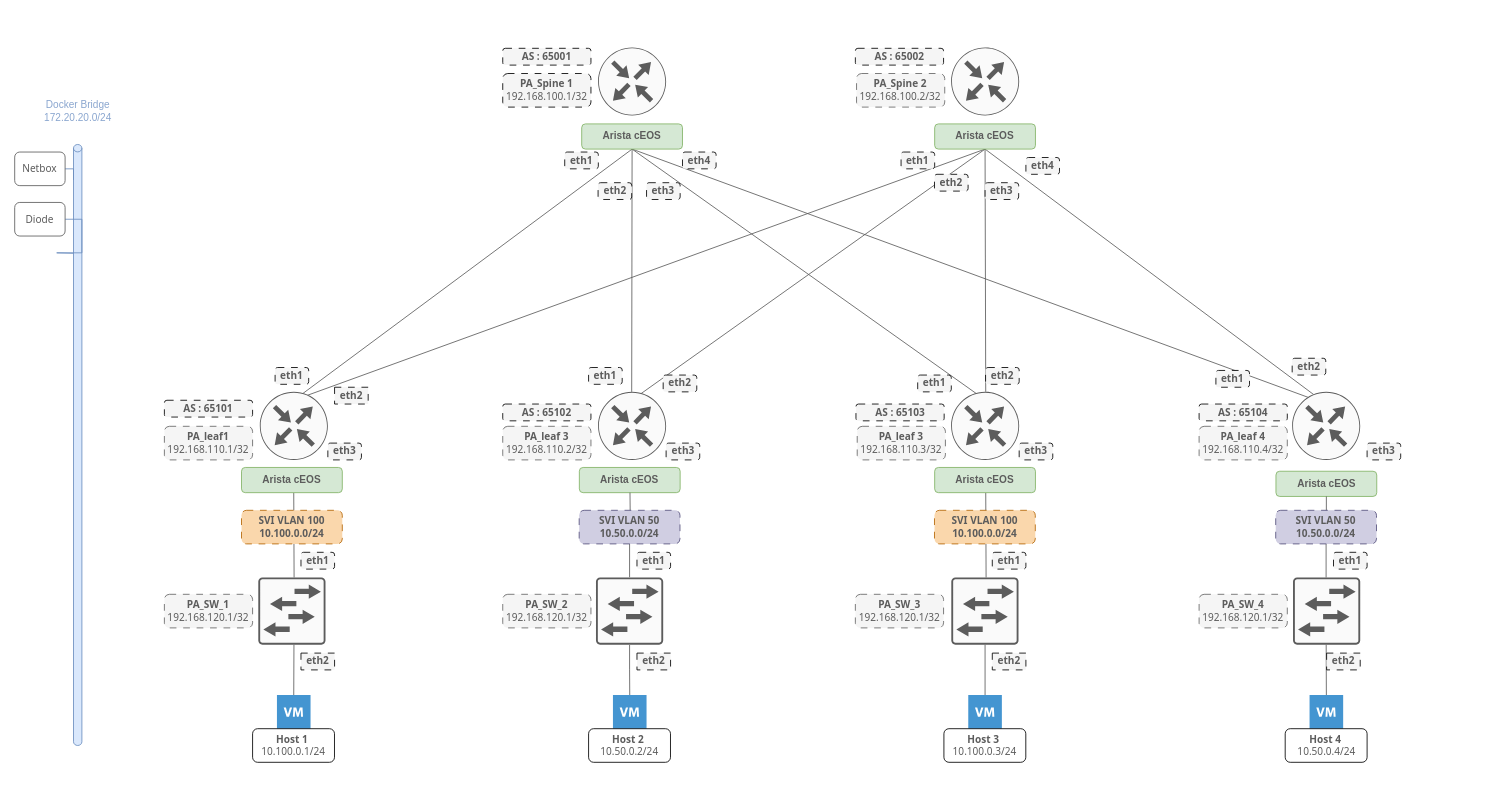
Before: documentation/assets/images/diagrams/VXLAN.drawio in MasqAs/projet-vxlan-automation, a draw.io diagram. Source tidied: cells renumbered, new cells numbered last; positions are measured from the earlier drawing's top-left corner, leaving out a move shared by most shapes. Both pictures are drawn from the tidied source at 84%, with x=0, y=0 at pixel (14, 47).
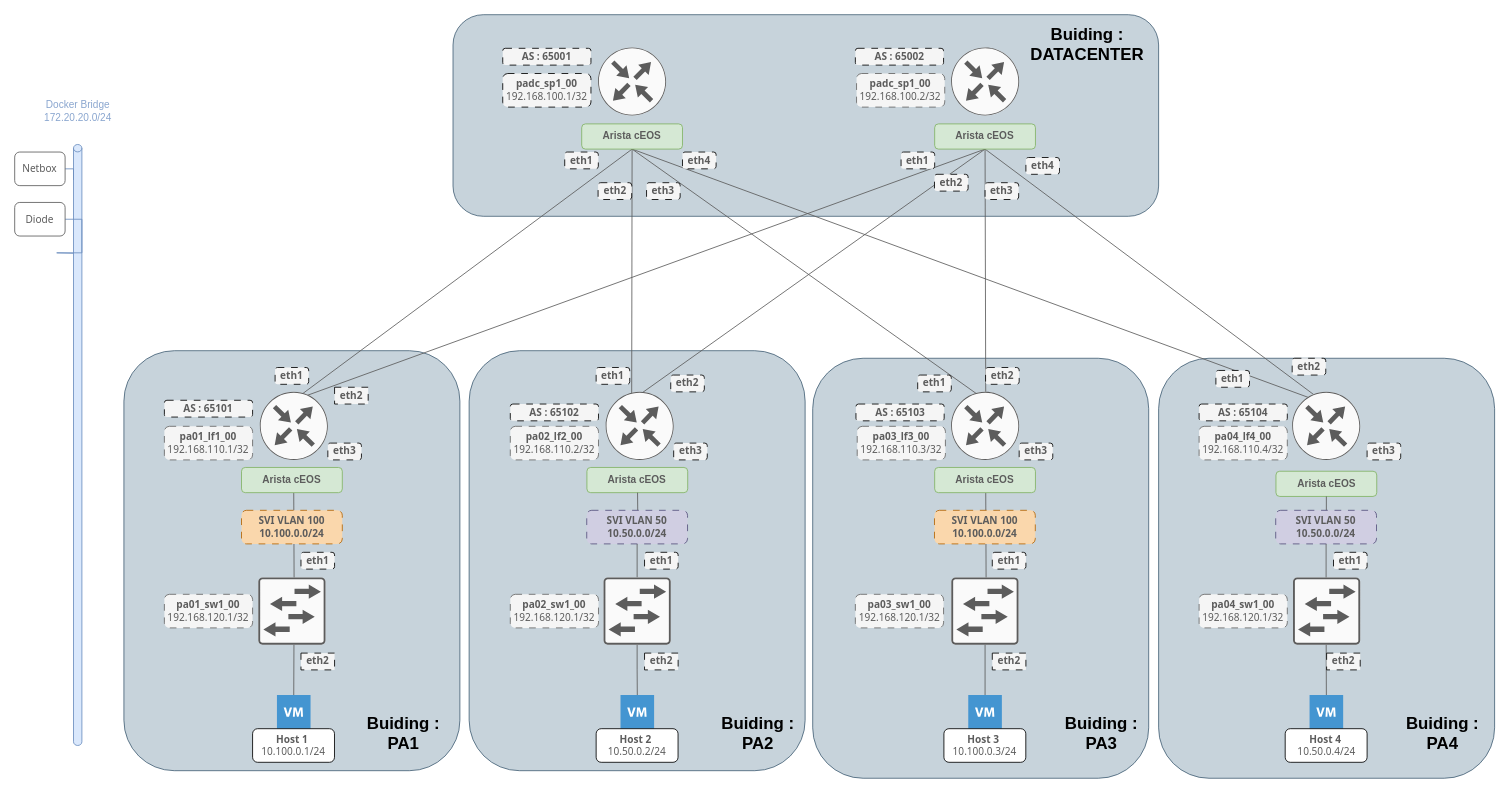
The same diagram, later.

Commit message (it also covers changes not shown here):
Review naming convention

What changed in the source:
```diff
@@
+    <mxCell id="94" style="rounded=1;whiteSpace=wrap;html=1;fillColor=#bac8d3;strokeColor=#23445d;opacity=80;" parent="1" vertex="1">
+      <mxGeometry x="521.8" y="-39" width="840" height="240" as="geometry" />
+    </mxCell>
+    <mxCell id="95" style="rounded=1;whiteSpace=wrap;html=1;fillColor=#bac8d3;strokeColor=#23445d;opacity=80;" parent="1" vertex="1">
+      <mxGeometry x="541" y="361" width="400" height="500" as="geometry" />
+    </mxCell>
+    <mxCell id="96" style="rounded=1;whiteSpace=wrap;html=1;fillColor=#bac8d3;strokeColor=#23445d;opacity=80;" parent="1" vertex="1">
+      <mxGeometry x="1361.8" y="370" width="400" height="500" as="geometry" />
+    </mxCell>
+    <mxCell id="97" style="rounded=1;whiteSpace=wrap;html=1;fillColor=#bac8d3;strokeColor=#23445d;opacity=80;" parent="1" vertex="1">
+      <mxGeometry x="950" y="370" width="400" height="500" as="geometry" />
+    </mxCell>
+    <mxCell id="98" style="rounded=1;whiteSpace=wrap;html=1;fillColor=#bac8d3;strokeColor=#23445d;opacity=80;" parent="1" vertex="1">
+      <mxGeometry x="130" y="361" width="400" height="500" as="geometry" />
+    </mxCell>
@@
-    <mxCell id="19" value="&lt;div style=&quot;&quot;&gt;&lt;b style=&quot;color: rgb(92, 92, 92); font-family: Tahoma; background-color: initial;&quot;&gt;PA_Spine 1&lt;/b&gt;&lt;/div&gt;&lt;font color=&quot;#5c5c5c&quot; face=&quot;Tahoma&quot;&gt;&lt;div style=&quot;&quot;&gt;&lt;span style=&quot;background-color: initial;&quot;&gt;192.168.100.1/32&lt;/span&gt;&lt;/div&gt;&lt;/font&gt;" style="rounded=1;whiteSpace=wrap;html=1;align=center;fillColor=#f5f5f5;fontColor=#333333;strokeColor=default;dashed=1;dashPattern=8 8;" parent="1" vertex="1">
+    <mxCell id="19" value="&lt;div style=&quot;&quot;&gt;&lt;b style=&quot;color: rgb(92, 92, 92); font-family: Tahoma; background-color: initial;&quot;&gt;padc_sp1_00&lt;/b&gt;&lt;/div&gt;&lt;font color=&quot;#5c5c5c&quot; face=&quot;Tahoma&quot;&gt;&lt;div style=&quot;&quot;&gt;&lt;span style=&quot;background-color: initial;&quot;&gt;192.168.100.1/32&lt;/span&gt;&lt;/div&gt;&lt;/font&gt;" style="rounded=1;whiteSpace=wrap;html=1;align=center;fillColor=#f5f5f5;fontColor=#333333;strokeColor=default;dashed=1;dashPattern=8 8;" parent="1" vertex="1">
       <mxGeometry x="581" y="31" width="105" height="40" as="geometry" />
     </mxCell>
-    <mxCell id="20" value="&lt;div style=&quot;&quot;&gt;&lt;b style=&quot;color: rgb(92, 92, 92); font-family: Tahoma; background-color: initial;&quot;&gt;PA_leaf1&lt;/b&gt;&lt;/div&gt;&lt;font color=&quot;#5c5c5c&quot; face=&quot;Tahoma&quot;&gt;&lt;div style=&quot;&quot;&gt;&lt;span style=&quot;background-color: initial;&quot;&gt;192.168.110.1/32&lt;/span&gt;&lt;/div&gt;&lt;/font&gt;" style="rounded=1;whiteSpace=wrap;html=1;align=center;fillColor=#f5f5f5;fontColor=#333333;strokeColor=#666666;dashed=1;dashPattern=8 8;" parent="1" vertex="1">
+    <mxCell id="20" value="&lt;div style=&quot;&quot;&gt;&lt;b style=&quot;color: rgb(92, 92, 92); font-family: Tahoma; background-color: initial;&quot;&gt;pa01_lf1_00&lt;/b&gt;&lt;/div&gt;&lt;font color=&quot;#5c5c5c&quot; face=&quot;Tahoma&quot;&gt;&lt;div style=&quot;&quot;&gt;&lt;span style=&quot;background-color: initial;&quot;&gt;192.168.110.1/32&lt;/span&gt;&lt;/div&gt;&lt;/font&gt;" style="rounded=1;whiteSpace=wrap;html=1;align=center;fillColor=#f5f5f5;fontColor=#333333;strokeColor=#666666;dashed=1;dashPattern=8 8;" parent="1" vertex="1">
       <mxGeometry x="178.2" y="451" width="105" height="40" as="geometry" />
     </mxCell>
     <mxCell id="21" style="shadow=0;dashed=0;html=1;strokeColor=none;fillColor=#4495D1;labelPosition=center;verticalLabelPosition=bottom;verticalAlign=top;align=center;outlineConnect=0;shape=mxgraph.veeam.2d.virtual_machine;" parent="1" vertex="1">
-      <mxGeometry x="712.2" y="771" width="40" height="40" as="geometry" />
+      <mxGeometry x="721.2" y="771" width="40" height="40" as="geometry" />
     </mxCell>
@@
     <mxCell id="25" value="&lt;div style=&quot;&quot;&gt;&lt;font face=&quot;Tahoma&quot; color=&quot;#5c5c5c&quot;&gt;&lt;b&gt;Host 2&amp;nbsp;&lt;/b&gt;&lt;/font&gt;&lt;/div&gt;&lt;div style=&quot;&quot;&gt;&lt;font face=&quot;Tahoma&quot; color=&quot;#5c5c5c&quot;&gt;10.50.0.2/24&lt;/font&gt;&lt;/div&gt;" style="rounded=1;whiteSpace=wrap;html=1;align=center;" parent="1" vertex="1">
-      <mxGeometry x="683.2" y="811" width="97.5" height="40" as="geometry" />
+      <mxGeometry x="692.2" y="811" width="97.5" height="40" as="geometry" />
     </mxCell>
@@
-    <mxCell id="34" value="&lt;div style=&quot;&quot;&gt;&lt;b style=&quot;color: rgb(92, 92, 92); font-family: Tahoma; background-color: initial;&quot;&gt;PA_Spine 2&lt;/b&gt;&lt;/div&gt;&lt;font color=&quot;#5c5c5c&quot; face=&quot;Tahoma&quot;&gt;&lt;div style=&quot;&quot;&gt;&lt;span style=&quot;background-color: initial;&quot;&gt;192.168.100.2/32&lt;/span&gt;&lt;/div&gt;&lt;/font&gt;" style="rounded=1;whiteSpace=wrap;html=1;align=center;fillColor=#f5f5f5;fontColor=#333333;strokeColor=#666666;dashed=1;dashPattern=8 8;" parent="1" vertex="1">
+    <mxCell id="34" value="&lt;div style=&quot;&quot;&gt;&lt;b style=&quot;color: rgb(92, 92, 92); font-family: Tahoma; background-color: initial;&quot;&gt;padc_sp1_00&lt;/b&gt;&lt;/div&gt;&lt;font color=&quot;#5c5c5c&quot; face=&quot;Tahoma&quot;&gt;&lt;div style=&quot;&quot;&gt;&lt;span style=&quot;background-color: initial;&quot;&gt;192.168.100.2/32&lt;/span&gt;&lt;/div&gt;&lt;/font&gt;" style="rounded=1;whiteSpace=wrap;html=1;align=center;fillColor=#f5f5f5;fontColor=#333333;strokeColor=#666666;dashed=1;dashPattern=8 8;" parent="1" vertex="1">
       <mxGeometry x="1002.2" y="31" width="105" height="40" as="geometry" />
     </mxCell>
-    <mxCell id="35" value="&lt;div style=&quot;&quot;&gt;&lt;b style=&quot;color: rgb(92, 92, 92); font-family: Tahoma; background-color: initial;&quot;&gt;PA_leaf 3&lt;/b&gt;&lt;/div&gt;&lt;font color=&quot;#5c5c5c&quot; face=&quot;Tahoma&quot;&gt;&lt;div style=&quot;&quot;&gt;&lt;span style=&quot;background-color: initial;&quot;&gt;192.168.110.2/32&lt;/span&gt;&lt;/div&gt;&lt;/font&gt;" style="rounded=1;whiteSpace=wrap;html=1;align=center;fillColor=#f5f5f5;fontColor=#333333;strokeColor=#666666;dashed=1;dashPattern=8 8;" parent="1" vertex="1">
-      <mxGeometry x="581" y="451" width="105" height="40" as="geometry" />
+    <mxCell id="35" value="&lt;div style=&quot;&quot;&gt;&lt;b style=&quot;color: rgb(92, 92, 92); font-family: Tahoma; background-color: initial;&quot;&gt;pa02_lf2_00&lt;/b&gt;&lt;/div&gt;&lt;font color=&quot;#5c5c5c&quot; face=&quot;Tahoma&quot;&gt;&lt;div style=&quot;&quot;&gt;&lt;span style=&quot;background-color: initial;&quot;&gt;192.168.110.2/32&lt;/span&gt;&lt;/div&gt;&lt;/font&gt;" style="rounded=1;whiteSpace=wrap;html=1;align=center;fillColor=#f5f5f5;fontColor=#333333;strokeColor=#666666;dashed=1;dashPattern=8 8;" parent="1" vertex="1">
+      <mxGeometry x="590" y="451" width="105" height="40" as="geometry" />
     </mxCell>
-    <mxCell id="36" value="&lt;div style=&quot;&quot;&gt;&lt;b style=&quot;color: rgb(92, 92, 92); font-family: Tahoma; background-color: initial;&quot;&gt;PA_leaf 3&lt;/b&gt;&lt;/div&gt;&lt;font color=&quot;#5c5c5c&quot; face=&quot;Tahoma&quot;&gt;&lt;div style=&quot;&quot;&gt;&lt;span style=&quot;background-color: initial;&quot;&gt;192.168.110.3/32&lt;/span&gt;&lt;/div&gt;&lt;/font&gt;" style="rounded=1;whiteSpace=wrap;html=1;align=center;fillColor=#f5f5f5;fontColor=#333333;strokeColor=#666666;dashed=1;dashPattern=8 8;" parent="1" vertex="1">
+    <mxCell id="36" value="&lt;div style=&quot;&quot;&gt;&lt;b style=&quot;color: rgb(92, 92, 92); font-family: Tahoma; background-color: initial;&quot;&gt;pa03_lf3_00&lt;/b&gt;&lt;/div&gt;&lt;font color=&quot;#5c5c5c&quot; face=&quot;Tahoma&quot;&gt;&lt;div style=&quot;&quot;&gt;&lt;span style=&quot;background-color: initial;&quot;&gt;192.168.110.3/32&lt;/span&gt;&lt;/div&gt;&lt;/font&gt;" style="rounded=1;whiteSpace=wrap;html=1;align=center;fillColor=#f5f5f5;fontColor=#333333;strokeColor=#666666;dashed=1;dashPattern=8 8;" parent="1" vertex="1">
       <mxGeometry x="1003" y="451" width="105" height="40" as="geometry" />
     </mxCell>
-    <mxCell id="37" value="&lt;div style=&quot;&quot;&gt;&lt;b style=&quot;color: rgb(92, 92, 92); font-family: Tahoma; background-color: initial;&quot;&gt;PA_leaf 4&lt;/b&gt;&lt;/div&gt;&lt;font color=&quot;#5c5c5c&quot; face=&quot;Tahoma&quot;&gt;&lt;div style=&quot;&quot;&gt;&lt;span style=&quot;background-color: initial;&quot;&gt;192.168.110.4/32&lt;/span&gt;&lt;/div&gt;&lt;/font&gt;" style="rounded=1;whiteSpace=wrap;html=1;align=center;fillColor=#f5f5f5;fontColor=#333333;strokeColor=#666666;dashed=1;dashPattern=8 8;" parent="1" vertex="1">
+    <mxCell id="37" value="&lt;div style=&quot;&quot;&gt;&lt;b style=&quot;color: rgb(92, 92, 92); font-family: Tahoma; background-color: initial;&quot;&gt;pa04_lf4_00&lt;/b&gt;&lt;/div&gt;&lt;font color=&quot;#5c5c5c&quot; face=&quot;Tahoma&quot;&gt;&lt;div style=&quot;&quot;&gt;&lt;span style=&quot;background-color: initial;&quot;&gt;192.168.110.4/32&lt;/span&gt;&lt;/div&gt;&lt;/font&gt;" style="rounded=1;whiteSpace=wrap;html=1;align=center;fillColor=#f5f5f5;fontColor=#333333;strokeColor=#666666;dashed=1;dashPattern=8 8;" parent="1" vertex="1">
       <mxGeometry x="1410" y="451" width="105" height="40" as="geometry" />
     </mxCell>
@@
     <mxCell id="41" value="&lt;div style=&quot;&quot;&gt;&lt;font face=&quot;Tahoma&quot; color=&quot;#5c5c5c&quot;&gt;&lt;b&gt;AS : 65102&lt;/b&gt;&lt;/font&gt;&lt;/div&gt;" style="rounded=1;whiteSpace=wrap;html=1;align=center;fillColor=#f5f5f5;fontColor=#333333;strokeColor=default;dashed=1;dashPattern=8 8;" parent="1" vertex="1">
-      <mxGeometry x="581" y="424.5" width="105" height="20" as="geometry" />
+      <mxGeometry x="590" y="424.5" width="105" height="20" as="geometry" />
     </mxCell>
@@
     <mxCell id="44" value="&lt;b style=&quot;&quot;&gt;&lt;font color=&quot;#5c5c5c&quot;&gt;Arista cEOS&lt;/font&gt;&lt;/b&gt;" style="rounded=1;whiteSpace=wrap;html=1;fillColor=#d5e8d4;strokeColor=#82b366;" parent="1" vertex="1">
-      <mxGeometry x="672.2" y="500" width="120" height="30" as="geometry" />
+      <mxGeometry x="681.2" y="500" width="120" height="30" as="geometry" />
     </mxCell>
@@
     <mxCell id="60" style="sketch=0;verticalLabelPosition=bottom;html=1;verticalAlign=top;align=center;shape=mxgraph.cisco19.rect;prIcon=router;fillColor=#FAFAFA;strokeColor=#5c5c5c;" parent="1" vertex="1">
-      <mxGeometry x="694.5" y="410" width="81" height="81" as="geometry" />
+      <mxGeometry x="703.5" y="410" width="81" height="81" as="geometry" />
     </mxCell>
@@
     <mxCell id="65" style="edgeStyle=orthogonalEdgeStyle;rounded=0;jettySize=auto;html=1;exitX=0.5;exitY=1;exitDx=0;exitDy=0;endArrow=none;endFill=0;strokeColor=#5c5c5c;flowAnimation=1;" parent="1" edge="1" target="66">
       <mxGeometry relative="1" as="geometry">
-        <mxPoint x="732.5" y="530" as="sourcePoint" />
+        <mxPoint x="741.5" y="530" as="sourcePoint" />
       </mxGeometry>
     </mxCell>
     <mxCell id="66" style="sketch=0;points=[[0.015,0.015,0],[0.985,0.015,0],[0.985,0.985,0],[0.015,0.985,0],[0.25,0,0],[0.5,0,0],[0.75,0,0],[1,0.25,0],[1,0.5,0],[1,0.75,0],[0.75,1,0],[0.5,1,0],[0.25,1,0],[0,0.75,0],[0,0.5,0],[0,0.25,0]];verticalLabelPosition=bottom;html=1;verticalAlign=top;align=center;shape=mxgraph.cisco19.rect;prIcon=l2_switch;fillColor=#FAFAFA;strokeColor=#5c5c5c;" parent="1" vertex="1">
-      <mxGeometry x="692" y="631" width="80" height="80" as="geometry" />
+      <mxGeometry x="701" y="631" width="80" height="80" as="geometry" />
     </mxCell>
@@
     <mxCell id="69" value="&lt;div style=&quot;&quot;&gt;&lt;font face=&quot;Tahoma&quot; color=&quot;#5c5c5c&quot;&gt;&lt;b&gt;SVI VLAN 50&lt;br&gt;10.50.0.0/24&lt;/b&gt;&lt;/font&gt;&lt;/div&gt;" style="rounded=1;whiteSpace=wrap;html=1;align=center;fillColor=#d0cee2;strokeColor=#56517e;dashed=1;dashPattern=8 8;" parent="1" vertex="1">
-      <mxGeometry x="672" y="551" width="120" height="40" as="geometry" />
+      <mxGeometry x="681" y="551" width="120" height="40" as="geometry" />
     </mxCell>
@@
     <mxCell id="71" value="&lt;div style=&quot;&quot;&gt;&lt;font face=&quot;Tahoma&quot; color=&quot;#5c5c5c&quot;&gt;&lt;b&gt;eth1&lt;/b&gt;&lt;/font&gt;&lt;/div&gt;" style="rounded=1;whiteSpace=wrap;html=1;align=center;fillColor=#f5f5f5;fontColor=#333333;strokeColor=default;dashed=1;dashPattern=8 8;" parent="1" vertex="1">
-      <mxGeometry x="683.2" y="381" width="40" height="20" as="geometry" />
+      <mxGeometry x="692.2" y="381" width="40" height="20" as="geometry" />
     </mxCell>
@@
     <mxCell id="75" value="&lt;div style=&quot;&quot;&gt;&lt;font face=&quot;Tahoma&quot; color=&quot;#5c5c5c&quot;&gt;&lt;b&gt;eth2&lt;/b&gt;&lt;/font&gt;&lt;/div&gt;" style="rounded=1;whiteSpace=wrap;html=1;align=center;fillColor=#f5f5f5;fontColor=#333333;strokeColor=default;dashed=1;dashPattern=8 8;" parent="1" vertex="1">
-      <mxGeometry x="772" y="390" width="40" height="20" as="geometry" />
+      <mxGeometry x="781" y="390" width="40" height="20" as="geometry" />
     </mxCell>
@@
     <mxCell id="79" value="&lt;div style=&quot;&quot;&gt;&lt;font face=&quot;Tahoma&quot; color=&quot;#5c5c5c&quot;&gt;&lt;b&gt;eth1&lt;/b&gt;&lt;/font&gt;&lt;/div&gt;" style="rounded=1;whiteSpace=wrap;html=1;align=center;fillColor=#f5f5f5;fontColor=#333333;strokeColor=default;dashed=1;dashPattern=8 8;" parent="1" vertex="1">
-      <mxGeometry x="740.8" y="601" width="40" height="20" as="geometry" />
+      <mxGeometry x="749.8" y="601" width="40" height="20" as="geometry" />
     </mxCell>
@@
     <mxCell id="83" value="&lt;div style=&quot;&quot;&gt;&lt;font face=&quot;Tahoma&quot; color=&quot;#5c5c5c&quot;&gt;&lt;b&gt;eth3&lt;/b&gt;&lt;/font&gt;&lt;/div&gt;" style="rounded=1;whiteSpace=wrap;html=1;align=center;fillColor=#f5f5f5;fontColor=#333333;strokeColor=default;dashed=1;dashPattern=8 8;" parent="1" vertex="1">
-      <mxGeometry x="775.5" y="471" width="40" height="20" as="geometry" />
+      <mxGeometry x="784.5" y="471" width="40" height="20" as="geometry" />
     </mxCell>
@@
     <mxCell id="87" value="&lt;div style=&quot;&quot;&gt;&lt;font face=&quot;Tahoma&quot; color=&quot;#5c5c5c&quot;&gt;&lt;b&gt;eth2&lt;/b&gt;&lt;/font&gt;&lt;/div&gt;" style="rounded=1;whiteSpace=wrap;html=1;align=center;fillColor=#f5f5f5;fontColor=#333333;strokeColor=default;dashed=1;dashPattern=8 8;arcSize=0;" parent="1" vertex="1">
-      <mxGeometry x="740.8" y="721" width="40" height="20" as="geometry" />
+      <mxGeometry x="749.8" y="721" width="40" height="20" as="geometry" />
     </mxCell>
@@
-    <mxCell id="90" value="&lt;div style=&quot;&quot;&gt;&lt;b style=&quot;color: rgb(92, 92, 92); font-family: Tahoma; background-color: initial;&quot;&gt;PA_SW_1&lt;/b&gt;&lt;/div&gt;&lt;font color=&quot;#5c5c5c&quot; face=&quot;Tahoma&quot;&gt;&lt;div style=&quot;&quot;&gt;&lt;span style=&quot;background-color: initial;&quot;&gt;192.168.120.1/32&lt;/span&gt;&lt;/div&gt;&lt;/font&gt;" style="rounded=1;whiteSpace=wrap;html=1;align=center;fillColor=#f5f5f5;fontColor=#333333;strokeColor=#666666;dashed=1;dashPattern=8 8;" parent="1" vertex="1">
+    <mxCell id="90" value="&lt;div style=&quot;&quot;&gt;&lt;font face=&quot;Tahoma&quot; color=&quot;#5c5c5c&quot;&gt;&lt;b&gt;pa01_sw1_00&lt;/b&gt;&lt;/font&gt;&lt;/div&gt;&lt;font color=&quot;#5c5c5c&quot; face=&quot;Tahoma&quot;&gt;&lt;div style=&quot;&quot;&gt;&lt;span style=&quot;background-color: initial;&quot;&gt;192.168.120.1/32&lt;/span&gt;&lt;/div&gt;&lt;/font&gt;" style="rounded=1;whiteSpace=wrap;html=1;align=center;fillColor=#f5f5f5;fontColor=#333333;strokeColor=#666666;dashed=1;dashPattern=8 8;" parent="1" vertex="1">
       <mxGeometry x="178.2" y="651" width="105" height="40" as="geometry" />
     </mxCell>
-    <mxCell id="91" value="&lt;div style=&quot;&quot;&gt;&lt;b style=&quot;color: rgb(92, 92, 92); font-family: Tahoma; background-color: initial;&quot;&gt;PA_SW_2&lt;/b&gt;&lt;/div&gt;&lt;font color=&quot;#5c5c5c&quot; face=&quot;Tahoma&quot;&gt;&lt;div style=&quot;&quot;&gt;&lt;span style=&quot;background-color: initial;&quot;&gt;192.168.120.1/32&lt;/span&gt;&lt;/div&gt;&lt;/font&gt;" style="rounded=1;whiteSpace=wrap;html=1;align=center;fillColor=#f5f5f5;fontColor=#333333;strokeColor=#666666;dashed=1;dashPattern=8 8;" parent="1" vertex="1">
-      <mxGeometry x="581" y="651" width="105" height="40" as="geometry" />
+    <mxCell id="91" value="&lt;div style=&quot;&quot;&gt;&lt;b style=&quot;color: rgb(92, 92, 92); font-family: Tahoma; background-color: initial;&quot;&gt;pa02_sw1_00&lt;/b&gt;&lt;/div&gt;&lt;font color=&quot;#5c5c5c&quot; face=&quot;Tahoma&quot;&gt;&lt;div style=&quot;&quot;&gt;&lt;span style=&quot;background-color: initial;&quot;&gt;192.168.120.1/32&lt;/span&gt;&lt;/div&gt;&lt;/font&gt;" style="rounded=1;whiteSpace=wrap;html=1;align=center;fillColor=#f5f5f5;fontColor=#333333;strokeColor=#666666;dashed=1;dashPattern=8 8;" parent="1" vertex="1">
+      <mxGeometry x="590" y="651" width="105" height="40" as="geometry" />
     </mxCell>
-    <mxCell id="92" value="&lt;div style=&quot;&quot;&gt;&lt;b style=&quot;color: rgb(92, 92, 92); font-family: Tahoma; background-color: initial;&quot;&gt;PA_SW_3&lt;/b&gt;&lt;/div&gt;&lt;font color=&quot;#5c5c5c&quot; face=&quot;Tahoma&quot;&gt;&lt;div style=&quot;&quot;&gt;&lt;span style=&quot;background-color: initial;&quot;&gt;192.168.120.1/32&lt;/span&gt;&lt;/div&gt;&lt;/font&gt;" style="rounded=1;whiteSpace=wrap;html=1;align=center;fillColor=#f5f5f5;fontColor=#333333;strokeColor=#666666;dashed=1;dashPattern=8 8;" parent="1" vertex="1">
+    <mxCell id="92" value="&lt;div style=&quot;&quot;&gt;&lt;b style=&quot;color: rgb(92, 92, 92); font-family: Tahoma; background-color: initial;&quot;&gt;pa03_sw1_00&lt;/b&gt;&lt;/div&gt;&lt;font color=&quot;#5c5c5c&quot; face=&quot;Tahoma&quot;&gt;&lt;div style=&quot;&quot;&gt;&lt;span style=&quot;background-color: initial;&quot;&gt;192.168.120.1/32&lt;/span&gt;&lt;/div&gt;&lt;/font&gt;" style="rounded=1;whiteSpace=wrap;html=1;align=center;fillColor=#f5f5f5;fontColor=#333333;strokeColor=#666666;dashed=1;dashPattern=8 8;" parent="1" vertex="1">
       <mxGeometry x="1000.8" y="651" width="105" height="40" as="geometry" />
     </mxCell>
-    <mxCell id="93" value="&lt;div style=&quot;&quot;&gt;&lt;b style=&quot;color: rgb(92, 92, 92); font-family: Tahoma; background-color: initial;&quot;&gt;PA_SW_4&lt;/b&gt;&lt;/div&gt;&lt;font color=&quot;#5c5c5c&quot; face=&quot;Tahoma&quot;&gt;&lt;div style=&quot;&quot;&gt;&lt;span style=&quot;background-color: initial;&quot;&gt;192.168.120.1/32&lt;/span&gt;&lt;/div&gt;&lt;/font&gt;" style="rounded=1;whiteSpace=wrap;html=1;align=center;fillColor=#f5f5f5;fontColor=#333333;strokeColor=#666666;dashed=1;dashPattern=8 8;" parent="1" vertex="1">
+    <mxCell id="93" value="&lt;div style=&quot;&quot;&gt;&lt;b style=&quot;color: rgb(92, 92, 92); font-family: Tahoma; background-color: initial;&quot;&gt;pa04_sw1_00&lt;/b&gt;&lt;/div&gt;&lt;font color=&quot;#5c5c5c&quot; face=&quot;Tahoma&quot;&gt;&lt;div style=&quot;&quot;&gt;&lt;span style=&quot;background-color: initial;&quot;&gt;192.168.120.1/32&lt;/span&gt;&lt;/div&gt;&lt;/font&gt;" style="rounded=1;whiteSpace=wrap;html=1;align=center;fillColor=#f5f5f5;fontColor=#333333;strokeColor=#666666;dashed=1;dashPattern=8 8;" parent="1" vertex="1">
       <mxGeometry x="1410" y="651" width="105" height="40" as="geometry" />
     </mxCell>
+    <mxCell id="99" value="&lt;b&gt;&lt;font style=&quot;font-size: 20px;&quot;&gt;Buiding :&lt;br&gt;PA1&lt;br&gt;&lt;/font&gt;&lt;/b&gt;" style="text;html=1;strokeColor=none;fillColor=none;align=center;verticalAlign=middle;whiteSpace=wrap;rounded=0;opacity=80;" parent="1" vertex="1">
+      <mxGeometry x="412.8" y="791" width="100" height="50" as="geometry" />
+    </mxCell>
+    <mxCell id="100" value="&lt;b&gt;&lt;font style=&quot;font-size: 20px;&quot;&gt;Buiding :&lt;br&gt;PA2&lt;br&gt;&lt;/font&gt;&lt;/b&gt;" style="text;html=1;strokeColor=none;fillColor=none;align=center;verticalAlign=middle;whiteSpace=wrap;rounded=0;opacity=80;" parent="1" vertex="1">
+      <mxGeometry x="835" y="791" width="100" height="50" as="geometry" />
+    </mxCell>
+    <mxCell id="101" value="&lt;b&gt;&lt;font style=&quot;font-size: 20px;&quot;&gt;Buiding :&lt;br&gt;PA3&lt;br&gt;&lt;/font&gt;&lt;/b&gt;" style="text;html=1;strokeColor=none;fillColor=none;align=center;verticalAlign=middle;whiteSpace=wrap;rounded=0;opacity=80;" parent="1" vertex="1">
+      <mxGeometry x="1243.8" y="791" width="100" height="50" as="geometry" />
+    </mxCell>
+    <mxCell id="102" value="&lt;b&gt;&lt;font style=&quot;font-size: 20px;&quot;&gt;Buiding :&lt;br&gt;PA4&lt;br&gt;&lt;/font&gt;&lt;/b&gt;" style="text;html=1;strokeColor=none;fillColor=none;align=center;verticalAlign=middle;whiteSpace=wrap;rounded=0;opacity=80;" parent="1" vertex="1">
+      <mxGeometry x="1650" y="791" width="100" height="50" as="geometry" />
+    </mxCell>
+    <mxCell id="103" value="&lt;b&gt;&lt;font style=&quot;font-size: 20px;&quot;&gt;Buiding :&lt;br&gt;DATACENTER&lt;br&gt;&lt;/font&gt;&lt;/b&gt;" style="text;html=1;strokeColor=none;fillColor=none;align=center;verticalAlign=middle;whiteSpace=wrap;rounded=0;opacity=80;" parent="1" vertex="1">
+      <mxGeometry x="1203.8" y="-29" width="146.2" height="50" as="geometry" />
+    </mxCell>
```
